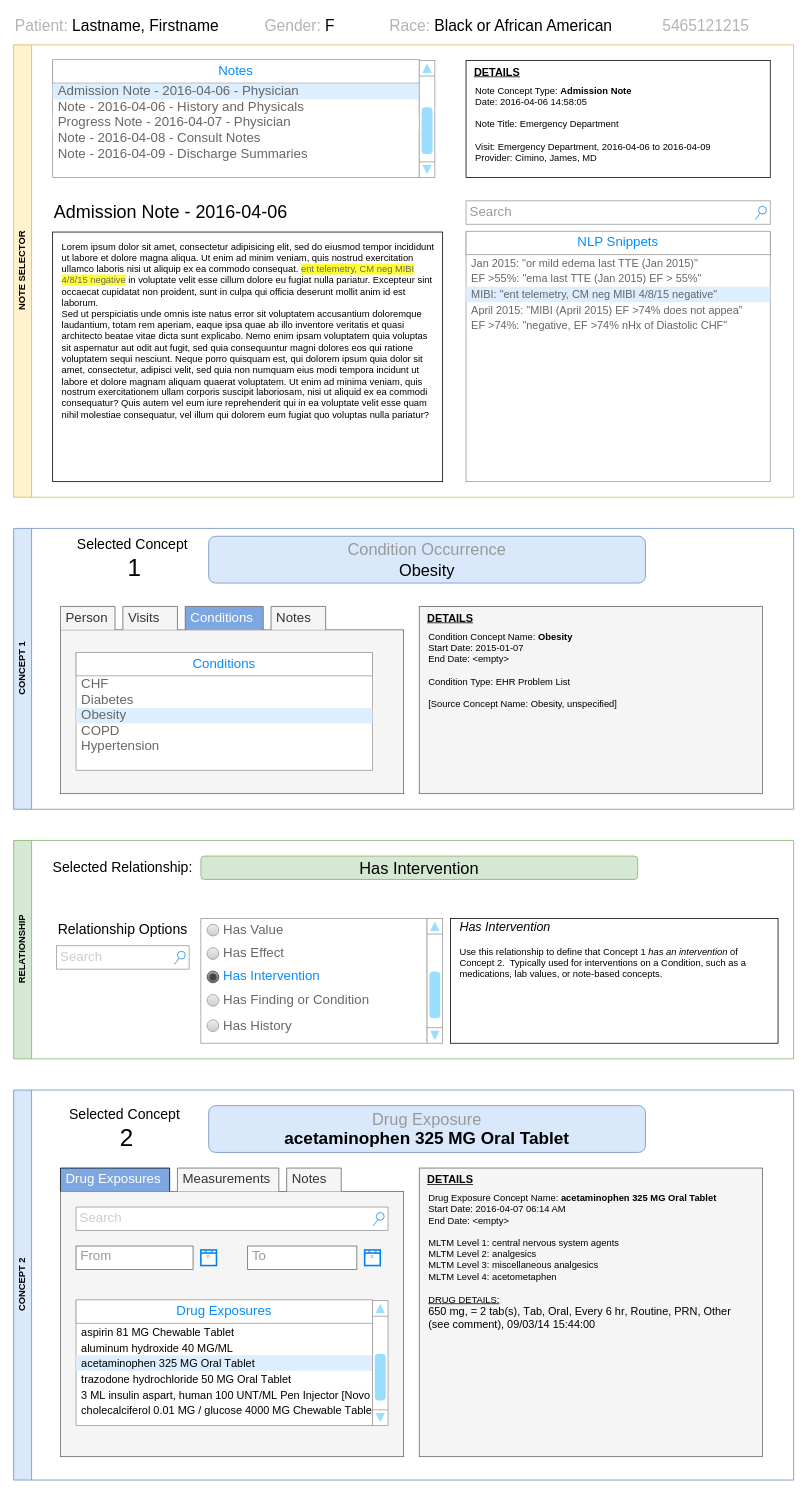
This is PSKB OMOP Edit Mockup.drawio from ntimkovich/UAB-II-Diagrams, a draw.io file, before an edit. Source tidied: cells renumbered, new cells numbered last; positions are measured from the earlier drawing's top-left corner, leaving out a move shared by most shapes. Both pictures are drawn from the tidied source at 78%, with x=0, y=0 at pixel (13, 13).
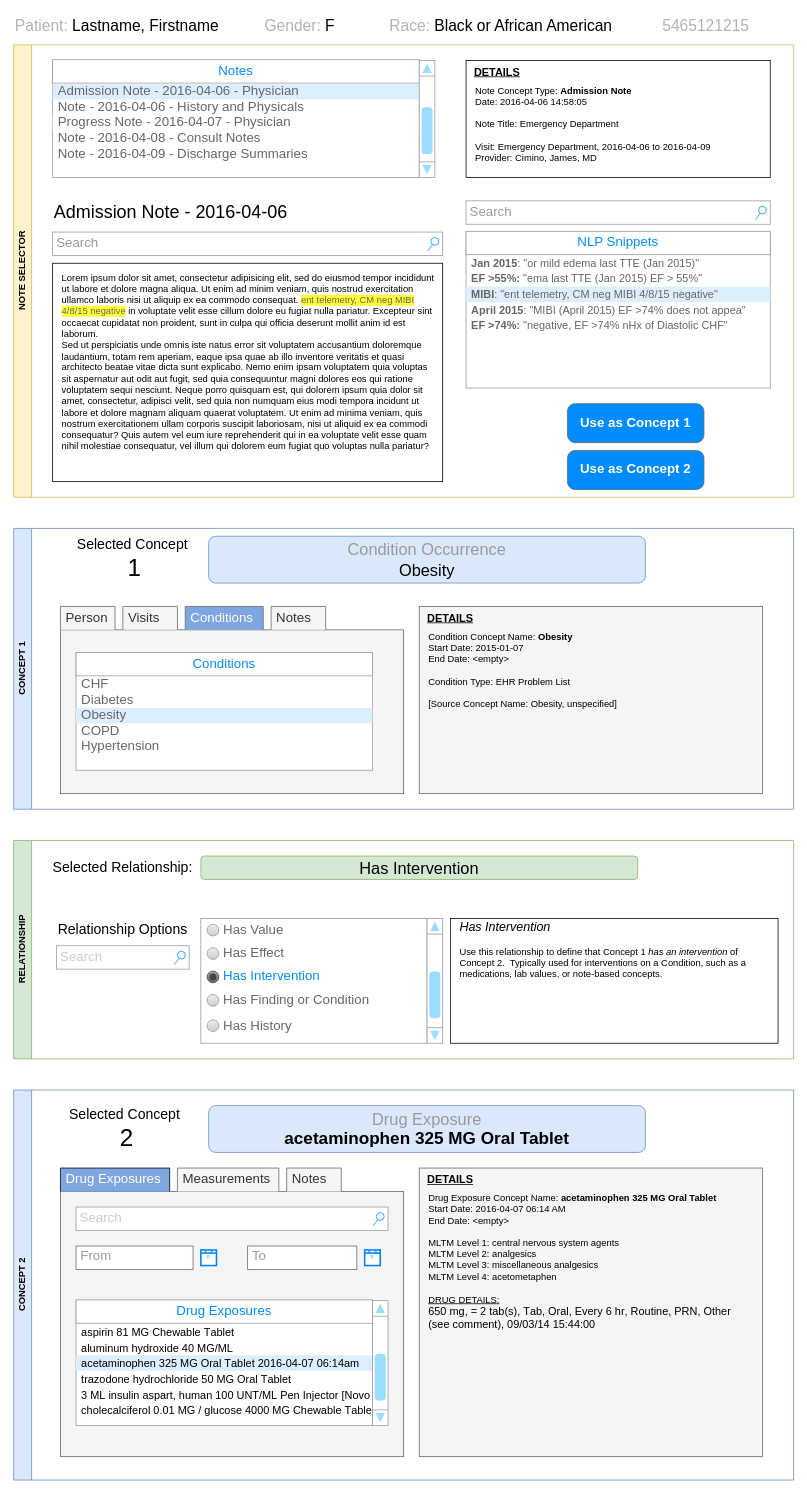
Above is the later version.

Unchanged cells that the change refers to:
```xml
<mxCell id="40" style="strokeWidth=1;shadow=0;dashed=0;align=center;html=1;shape=mxgraph.mockup.forms.rrect;rSize=0;strokeColor=#999999;fillColor=#ffffff;" parent="37" vertex="1">
  <mxGeometry x="80" y="270" width="380" height="160" as="geometry" />
</mxCell>
<mxCell id="61" value="NOTE SELECTOR" style="swimlane;horizontal=0;whiteSpace=wrap;html=1;fillColor=#fff2cc;strokeColor=#d6b656;" parent="1" vertex="1">
  <mxGeometry y="40" width="1000" height="580" as="geometry" />
</mxCell>
```

Change to the diagram source:
```diff
@@
-    <mxCell id="44" value="&lt;p class=&quot;p1&quot; style=&quot;margin: 0px; font-variant-numeric: normal; font-variant-east-asian: normal; font-variant-alternates: normal; font-kerning: auto; font-optical-sizing: auto; font-feature-settings: normal; font-variation-settings: normal; font-variant-position: normal; font-stretch: normal; font-size: 14px; line-height: normal; color: rgb(0, 0, 0); -webkit-text-stroke-color: rgb(199, 200, 201); background-color: rgba(227, 227, 226, 0.04);&quot;&gt;&lt;span class=&quot;s1&quot; style=&quot;font-kerning: none; font-size: 14px;&quot;&gt;acetaminophen 325 MG Oral Tablet&lt;/span&gt;&lt;/p&gt;" style="strokeWidth=1;shadow=0;dashed=0;align=center;html=1;shape=mxgraph.mockup.forms.rrect;rSize=0;fontSize=14;fontColor=#666666;align=left;spacingLeft=5;fillColor=#ddeeff;strokeColor=none;whiteSpace=wrap;" parent="40" vertex="1">
+    <mxCell id="44" value="&lt;p class=&quot;p1&quot; style=&quot;margin: 0px; font-variant-numeric: normal; font-variant-east-asian: normal; font-variant-alternates: normal; font-kerning: auto; font-optical-sizing: auto; font-feature-settings: normal; font-variation-settings: normal; font-variant-position: normal; font-stretch: normal; font-size: 14px; line-height: normal; color: rgb(0, 0, 0); -webkit-text-stroke-color: rgb(199, 200, 201); background-color: rgba(227, 227, 226, 0.04);&quot;&gt;&lt;span class=&quot;s1&quot; style=&quot;font-kerning: none; font-size: 14px;&quot;&gt;acetaminophen 325 MG Oral Tablet 2016-04-07 06:14am&lt;/span&gt;&lt;/p&gt;" style="strokeWidth=1;shadow=0;dashed=0;align=center;html=1;shape=mxgraph.mockup.forms.rrect;rSize=0;fontSize=14;fontColor=#666666;align=left;spacingLeft=5;fillColor=#ddeeff;strokeColor=none;whiteSpace=wrap;" parent="40" vertex="1">
       <mxGeometry width="380" height="20" relative="1" as="geometry">
         <mxPoint y="70" as="offset" />
       </mxGeometry>
     </mxCell>
@@
     <mxCell id="62" style="rounded=0;whiteSpace=wrap;html=1;fillColor=default;" parent="61" vertex="1">
-      <mxGeometry x="50" y="240" width="500" height="320" as="geometry" />
+      <mxGeometry x="50" y="280" width="500" height="280" as="geometry" />
     </mxCell>
@@
     <mxCell id="64" value="Lorem ipsum dolor sit amet, consectetur adipisicing elit, sed do eiusmod tempor incididunt ut labore et dolore magna aliqua. Ut enim ad minim veniam, quis nostrud exercitation ullamco laboris nisi ut aliquip ex ea commodo consequat.&amp;nbsp;&lt;span style=&quot;color: rgb(102, 102, 102); background-color: rgb(255, 255, 51);&quot;&gt;&lt;font style=&quot;font-size: 12px;&quot;&gt;ent telemetry, CM neg MIBI 4/8/15 negative&lt;/font&gt;&lt;/span&gt;&amp;nbsp;in voluptate velit esse cillum dolore eu fugiat nulla pariatur. Excepteur sint occaecat cupidatat non proident, sunt in culpa qui officia deserunt mollit anim id est laborum.&lt;br&gt;Sed ut perspiciatis unde omnis iste natus error sit voluptatem accusantium doloremque laudantium, totam rem aperiam, eaque ipsa quae ab illo inventore veritatis et quasi architecto beatae vitae dicta sunt explicabo. Nemo enim ipsam voluptatem quia voluptas sit aspernatur aut odit aut fugit, sed quia consequuntur magni dolores eos qui ratione voluptatem sequi nesciunt. Neque porro quisquam est, qui dolorem ipsum quia dolor sit amet, consectetur, adipisci velit, sed quia non numquam eius modi tempora incidunt ut labore et dolore magnam aliquam quaerat voluptatem. Ut enim ad minima veniam, quis nostrum exercitationem ullam corporis suscipit laboriosam, nisi ut aliquid ex ea commodi consequatur? Quis autem vel eum iure reprehenderit qui in ea voluptate velit esse quam nihil molestiae consequatur, vel illum qui dolorem eum fugiat quo voluptas nulla pariatur?" style="text;spacingTop=-5;whiteSpace=wrap;html=1;align=left;fontSize=12;fontFamily=Helvetica;fillColor=none;strokeColor=none;" parent="61" vertex="1">
-      <mxGeometry x="60" y="250" width="480" height="260" as="geometry" />
+      <mxGeometry x="60" y="290" width="480" height="260" as="geometry" />
     </mxCell>
     <mxCell id="65" style="strokeWidth=1;shadow=0;dashed=0;align=center;html=1;shape=mxgraph.mockup.forms.rrect;rSize=0;strokeColor=#999999;fillColor=#ffffff;fontSize=10;" parent="61" vertex="1">
-      <mxGeometry x="580" y="240" width="390" height="320" as="geometry" />
+      <mxGeometry x="580" y="240" width="390" height="200" as="geometry" />
     </mxCell>
@@
-    <mxCell id="67" value="Jan 2015: &quot;or mild edema last TTE (Jan 2015)&quot;" style="strokeWidth=1;shadow=0;dashed=0;align=center;html=1;shape=mxgraph.mockup.forms.anchor;fontSize=14;fontColor=#666666;align=left;spacingLeft=5;whiteSpace=wrap;" parent="65" vertex="1">
+    <mxCell id="67" value="&lt;b&gt;Jan 2015&lt;/b&gt;: &quot;or mild edema last TTE (Jan 2015)&quot;" style="strokeWidth=1;shadow=0;dashed=0;align=center;html=1;shape=mxgraph.mockup.forms.anchor;fontSize=14;fontColor=#666666;align=left;spacingLeft=5;whiteSpace=wrap;" parent="65" vertex="1">
       <mxGeometry width="390" height="20" relative="1" as="geometry">
         <mxPoint y="30" as="offset" />
       </mxGeometry>
     </mxCell>
-    <mxCell id="68" value="EF &amp;gt;55%: &quot;ema last TTE (Jan 2015) EF &amp;gt; 55%&quot;" style="strokeWidth=1;shadow=0;dashed=0;align=center;html=1;shape=mxgraph.mockup.forms.anchor;fontSize=14;fontColor=#666666;align=left;spacingLeft=5;whiteSpace=wrap;" parent="65" vertex="1">
+    <mxCell id="68" value="&lt;b&gt;EF &amp;gt;55%:&lt;/b&gt; &quot;ema last TTE (Jan 2015) EF &amp;gt; 55%&quot;" style="strokeWidth=1;shadow=0;dashed=0;align=center;html=1;shape=mxgraph.mockup.forms.anchor;fontSize=14;fontColor=#666666;align=left;spacingLeft=5;whiteSpace=wrap;" parent="65" vertex="1">
       <mxGeometry width="390" height="20" relative="1" as="geometry">
         <mxPoint y="50" as="offset" />
       </mxGeometry>
     </mxCell>
-    <mxCell id="69" value="MIBI: &quot;ent telemetry, CM neg MIBI 4/8/15 negative&quot;" style="strokeWidth=1;shadow=0;dashed=0;align=center;html=1;shape=mxgraph.mockup.forms.rrect;rSize=0;fontSize=14;fontColor=#666666;align=left;spacingLeft=5;fillColor=#ddeeff;strokeColor=none;whiteSpace=wrap;" parent="65" vertex="1">
+    <mxCell id="69" value="&lt;b&gt;MIBI&lt;/b&gt;: &quot;ent telemetry, CM neg MIBI 4/8/15 negative&quot;" style="strokeWidth=1;shadow=0;dashed=0;align=center;html=1;shape=mxgraph.mockup.forms.rrect;rSize=0;fontSize=14;fontColor=#666666;align=left;spacingLeft=5;fillColor=#ddeeff;strokeColor=none;whiteSpace=wrap;" parent="65" vertex="1">
       <mxGeometry width="390" height="20" relative="1" as="geometry">
         <mxPoint y="70" as="offset" />
       </mxGeometry>
     </mxCell>
-    <mxCell id="70" value="April 2015: &quot;MIBI (April 2015) EF &amp;gt;74% does not appea&quot;" style="strokeWidth=1;shadow=0;dashed=0;align=center;html=1;shape=mxgraph.mockup.forms.anchor;fontSize=14;fontColor=#666666;align=left;spacingLeft=5;whiteSpace=wrap;" parent="65" vertex="1">
+    <mxCell id="70" value="&lt;b&gt;April 2015&lt;/b&gt;: &quot;MIBI (April 2015) EF &amp;gt;74% does not appea&quot;" style="strokeWidth=1;shadow=0;dashed=0;align=center;html=1;shape=mxgraph.mockup.forms.anchor;fontSize=14;fontColor=#666666;align=left;spacingLeft=5;whiteSpace=wrap;" parent="65" vertex="1">
       <mxGeometry width="390" height="20" relative="1" as="geometry">
         <mxPoint y="90" as="offset" />
       </mxGeometry>
     </mxCell>
-    <mxCell id="71" value="EF &amp;gt;74%: &quot;negative, EF &amp;gt;74% nHx of Diastolic CHF&quot;" style="strokeWidth=1;shadow=0;dashed=0;align=center;html=1;shape=mxgraph.mockup.forms.anchor;fontSize=14;fontColor=#666666;align=left;spacingLeft=5;whiteSpace=wrap;" parent="65" vertex="1">
+    <mxCell id="71" value="&lt;b&gt;EF &amp;gt;74%:&lt;/b&gt; &quot;negative, EF &amp;gt;74% nHx of Diastolic CHF&quot;" style="strokeWidth=1;shadow=0;dashed=0;align=center;html=1;shape=mxgraph.mockup.forms.anchor;fontSize=14;fontColor=#666666;align=left;spacingLeft=5;whiteSpace=wrap;" parent="65" vertex="1">
       <mxGeometry width="390" height="20" relative="1" as="geometry">
         <mxPoint y="110" as="offset" />
       </mxGeometry>
     </mxCell>
@@
+    <mxCell id="88" value="Search" style="strokeWidth=1;shadow=0;dashed=0;align=center;html=1;shape=mxgraph.mockup.forms.searchBox;strokeColor=#999999;mainText=;strokeColor2=#008cff;fontColor=#999999;fontSize=17;align=left;spacingLeft=3;whiteSpace=wrap;" parent="61" vertex="1">
+      <mxGeometry x="50" y="240" width="500" height="30" as="geometry" />
+    </mxCell>
+    <mxCell id="89" value="Use as Concept 1" style="strokeWidth=1;shadow=0;dashed=0;align=center;html=1;shape=mxgraph.mockup.buttons.button;strokeColor=#666666;fontColor=#ffffff;mainText=;buttonStyle=round;fontSize=17;fontStyle=1;fillColor=#008cff;whiteSpace=wrap;" parent="61" vertex="1">
+      <mxGeometry x="710" y="460" width="175" height="50" as="geometry" />
+    </mxCell>
+    <mxCell id="90" value="Use as Concept 2" style="strokeWidth=1;shadow=0;dashed=0;align=center;html=1;shape=mxgraph.mockup.buttons.button;strokeColor=#666666;fontColor=#ffffff;mainText=;buttonStyle=round;fontSize=17;fontStyle=1;fillColor=#008cff;whiteSpace=wrap;" parent="61" vertex="1">
+      <mxGeometry x="710" y="520" width="175" height="50" as="geometry" />
+    </mxCell>
```
